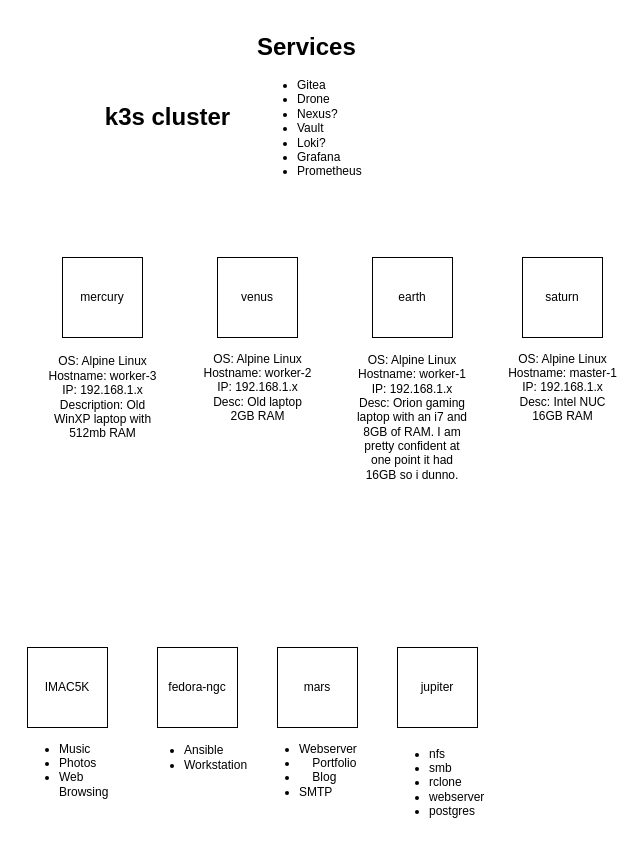
The draw.io diagram page "Page-1" (1 of 2) of homelab-services.drawio in james-mcallister/diagrams, before the edit. Source tidied: cells renumbered, new cells numbered last; positions are measured from the earlier drawing's top-left corner, leaving out a move shared by most shapes. Both pictures are drawn from the tidied source at 100%, with x=0, y=0 at pixel (17, 27).
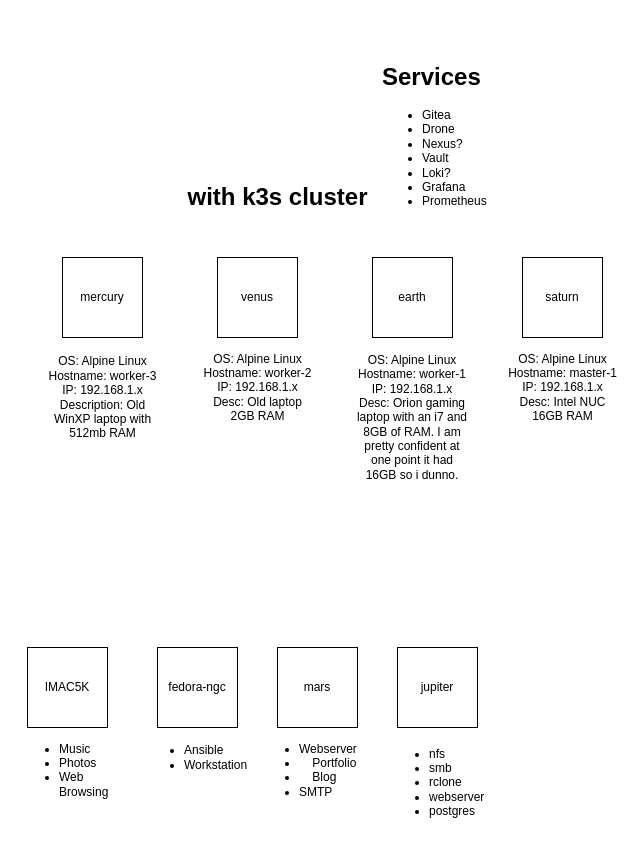
The same diagram, later.

The edit, as a diff of the source:
```diff
@@
 <mxGraphModel>
   <root>
     <mxCell id="0" />
     <mxCell id="1" parent="0" />
     <mxCell id="2" value="mars" style="whiteSpace=wrap;html=1;" parent="1" vertex="1">
       <mxGeometry x="260" y="620" width="80" height="80" as="geometry" />
     </mxCell>
     <mxCell id="3" value="earth" style="whiteSpace=wrap;html=1;" parent="1" vertex="1">
       <mxGeometry x="355" y="230" width="80" height="80" as="geometry" />
     </mxCell>
     <mxCell id="4" value="IMAC5K" style="whiteSpace=wrap;html=1;" parent="1" vertex="1">
       <mxGeometry x="10" y="620" width="80" height="80" as="geometry" />
     </mxCell>
     <mxCell id="5" value="fedora-ngc" style="whiteSpace=wrap;html=1;" parent="1" vertex="1">
       <mxGeometry x="140" y="620" width="80" height="80" as="geometry" />
     </mxCell>
     <mxCell id="6" value="saturn" style="whiteSpace=wrap;html=1;" parent="1" vertex="1">
       <mxGeometry x="505" y="230" width="80" height="80" as="geometry" />
     </mxCell>
     <mxCell id="7" value="jupiter" style="whiteSpace=wrap;html=1;" parent="1" vertex="1">
       <mxGeometry x="380" y="620" width="80" height="80" as="geometry" />
     </mxCell>
     <mxCell id="8" value="mercury" style="whiteSpace=wrap;html=1;" parent="1" vertex="1">
       <mxGeometry x="45" y="230" width="80" height="80" as="geometry" />
     </mxCell>
     <mxCell id="9" value="venus" style="whiteSpace=wrap;html=1;" parent="1" vertex="1">
       <mxGeometry x="200" y="230" width="80" height="80" as="geometry" />
     </mxCell>
     <mxCell id="10" value="&lt;ul&gt;&lt;li&gt;Music&lt;/li&gt;&lt;li&gt;Photos&lt;/li&gt;&lt;li&gt;Web Browsing&lt;/li&gt;&lt;/ul&gt;" style="text;strokeColor=none;fillColor=none;html=1;whiteSpace=wrap;verticalAlign=middle;overflow=hidden;" parent="1" vertex="1">
       <mxGeometry y="700" width="100" height="80" as="geometry" />
     </mxCell>
     <mxCell id="11" value="&lt;ul&gt;&lt;li&gt;Ansible&lt;/li&gt;&lt;li&gt;Workstation&lt;/li&gt;&lt;/ul&gt;" style="text;strokeColor=none;fillColor=none;html=1;whiteSpace=wrap;verticalAlign=middle;overflow=hidden;" parent="1" vertex="1">
       <mxGeometry x="125" y="690" width="110" height="80" as="geometry" />
     </mxCell>
     <mxCell id="12" value="&lt;ul&gt;&lt;li&gt;Webserver&lt;/li&gt;&lt;li&gt;&amp;nbsp; &amp;nbsp; Portfolio&lt;/li&gt;&lt;li&gt;&amp;nbsp; &amp;nbsp; Blog&lt;/li&gt;&lt;li&gt;SMTP&lt;/li&gt;&lt;/ul&gt;" style="text;strokeColor=none;fillColor=none;html=1;whiteSpace=wrap;verticalAlign=middle;overflow=hidden;" parent="1" vertex="1">
       <mxGeometry x="240" y="700" width="120" height="80" as="geometry" />
     </mxCell>
     <mxCell id="13" value="&lt;ul&gt;&lt;li&gt;nfs&lt;/li&gt;&lt;li&gt;smb&lt;/li&gt;&lt;li&gt;rclone&lt;/li&gt;&lt;li&gt;webserver&lt;/li&gt;&lt;li&gt;postgres&lt;/li&gt;&lt;/ul&gt;" style="text;strokeColor=none;fillColor=none;html=1;whiteSpace=wrap;verticalAlign=middle;overflow=hidden;" parent="1" vertex="1">
       <mxGeometry x="370" y="690" width="100" height="130" as="geometry" />
     </mxCell>
     <mxCell id="14" value="&lt;h1&gt;Services&lt;/h1&gt;&lt;p&gt;&lt;/p&gt;&lt;ul&gt;&lt;li&gt;Gitea&lt;/li&gt;&lt;li&gt;Drone&lt;/li&gt;&lt;li&gt;Nexus?&lt;/li&gt;&lt;li&gt;Vault&lt;/li&gt;&lt;li&gt;Loki?&lt;/li&gt;&lt;li&gt;Grafana&lt;/li&gt;&lt;li&gt;Prometheus&lt;/li&gt;&lt;/ul&gt;&lt;p&gt;&lt;/p&gt;" style="text;html=1;strokeColor=none;fillColor=none;spacing=5;spacingTop=-20;whiteSpace=wrap;overflow=hidden;rounded=0;" parent="1" vertex="1">
-      <mxGeometry x="235" width="200" height="215" as="geometry" />
+      <mxGeometry x="360" y="30" width="130" height="160" as="geometry" />
     </mxCell>
-    <mxCell id="15" value="k3s cluster" style="text;strokeColor=none;fillColor=none;html=1;fontSize=24;fontStyle=1;verticalAlign=middle;align=center;" parent="1" vertex="1">
-      <mxGeometry x="100" y="70" width="100" height="40" as="geometry" />
+    <mxCell id="15" value="with k3s cluster" style="text;strokeColor=none;fillColor=none;html=1;fontSize=24;fontStyle=1;verticalAlign=middle;align=center;" parent="1" vertex="1">
+      <mxGeometry x="210" y="150" width="100" height="40" as="geometry" />
     </mxCell>
     <mxCell id="16" value="OS: Alpine Linux&lt;br&gt;Hostname: worker-3&lt;br&gt;IP: 192.168.1.x&lt;br&gt;Description: Old WinXP laptop with 512mb RAM" style="text;html=1;strokeColor=none;fillColor=none;align=center;verticalAlign=middle;whiteSpace=wrap;rounded=0;" parent="1" vertex="1">
       <mxGeometry x="27.5" y="330" width="115" height="80" as="geometry" />
     </mxCell>
     <mxCell id="17" value="OS: Alpine Linux&lt;br&gt;Hostname: worker-2&lt;br&gt;IP: 192.168.1.x&lt;br&gt;Desc: Old laptop 2GB RAM" style="text;html=1;strokeColor=none;fillColor=none;align=center;verticalAlign=middle;whiteSpace=wrap;rounded=0;" parent="1" vertex="1">
       <mxGeometry x="182.5" y="320" width="115" height="80" as="geometry" />
     </mxCell>
     <mxCell id="18" value="OS: Alpine Linux&lt;br&gt;Hostname: worker-1&lt;br&gt;IP: 192.168.1.x&lt;br&gt;Desc: Orion gaming laptop with an i7 and 8GB of RAM. I am pretty confident at one point it had 16GB so i dunno." style="text;html=1;strokeColor=none;fillColor=none;align=center;verticalAlign=middle;whiteSpace=wrap;rounded=0;" parent="1" vertex="1">
       <mxGeometry x="338" y="330" width="114" height="120" as="geometry" />
     </mxCell>
     <mxCell id="19" value="OS: Alpine Linux&lt;br&gt;Hostname: master-1&lt;br&gt;IP: 192.168.1.x&lt;br&gt;Desc: Intel NUC 16GB RAM" style="text;html=1;strokeColor=none;fillColor=none;align=center;verticalAlign=middle;whiteSpace=wrap;rounded=0;" parent="1" vertex="1">
       <mxGeometry x="487.5" y="320" width="115" height="80" as="geometry" />
     </mxCell>
   </root>
 </mxGraphModel>
```
